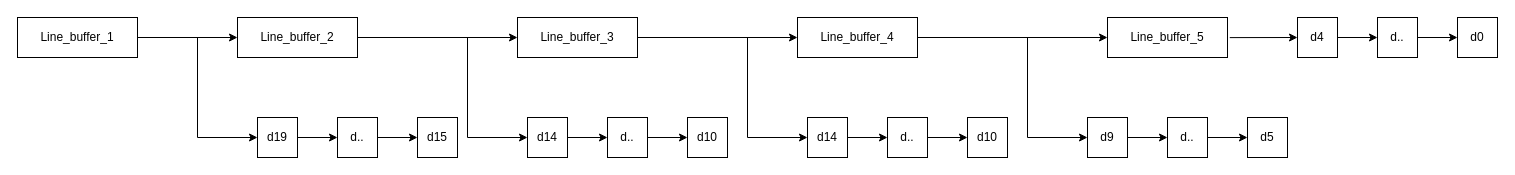
Before: Draw/DataModulateModules/DataModulate5x5.drawio in Hieuueihm/Thesis, a draw.io diagram. Source tidied: cells renumbered, new cells numbered last; positions are measured from the earlier drawing's top-left corner, leaving out a move shared by most shapes. Both pictures are drawn from the tidied source at 100%, with x=0, y=0 at pixel (17, 17).
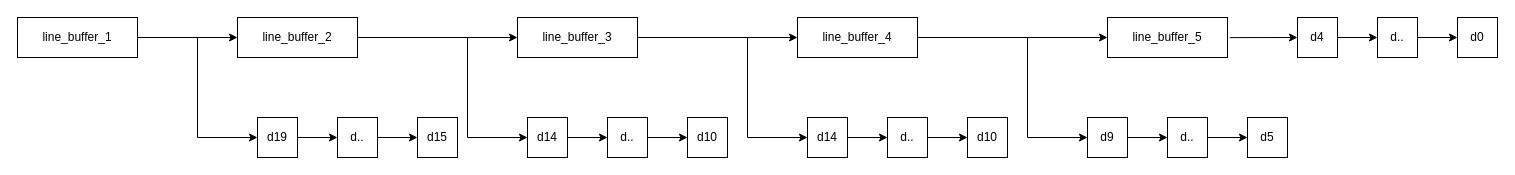
The same page after the edit.

What changed in the source:
```diff
@@
-    <mxCell id="2" value="Line_buffer_1" style="rounded=0;whiteSpace=wrap;html=1;" parent="1" vertex="1">
+    <mxCell id="2" value="line_buffer_1" style="rounded=0;whiteSpace=wrap;html=1;" parent="1" vertex="1">
       <mxGeometry width="120" height="40" as="geometry" />
     </mxCell>
-    <mxCell id="3" value="Line_buffer_2" style="rounded=0;whiteSpace=wrap;html=1;" parent="1" vertex="1">
+    <mxCell id="3" value="line_buffer_2" style="rounded=0;whiteSpace=wrap;html=1;" parent="1" vertex="1">
       <mxGeometry x="220" width="120" height="40" as="geometry" />
     </mxCell>
@@
-    <mxCell id="7" value="Line_buffer_3" style="rounded=0;whiteSpace=wrap;html=1;" parent="1" vertex="1">
+    <mxCell id="7" value="line_buffer_3" style="rounded=0;whiteSpace=wrap;html=1;" parent="1" vertex="1">
       <mxGeometry x="500" width="120" height="40" as="geometry" />
     </mxCell>
@@
-    <mxCell id="14" value="Line_buffer_4" style="rounded=0;whiteSpace=wrap;html=1;" parent="1" vertex="1">
+    <mxCell id="14" value="line_buffer_4" style="rounded=0;whiteSpace=wrap;html=1;" parent="1" vertex="1">
       <mxGeometry x="780" width="120" height="40" as="geometry" />
     </mxCell>
-    <mxCell id="15" value="Line_buffer_5" style="rounded=0;whiteSpace=wrap;html=1;" parent="1" vertex="1">
+    <mxCell id="15" value="line_buffer_5" style="rounded=0;whiteSpace=wrap;html=1;" parent="1" vertex="1">
       <mxGeometry x="1090" width="120" height="40" as="geometry" />
     </mxCell>
```
